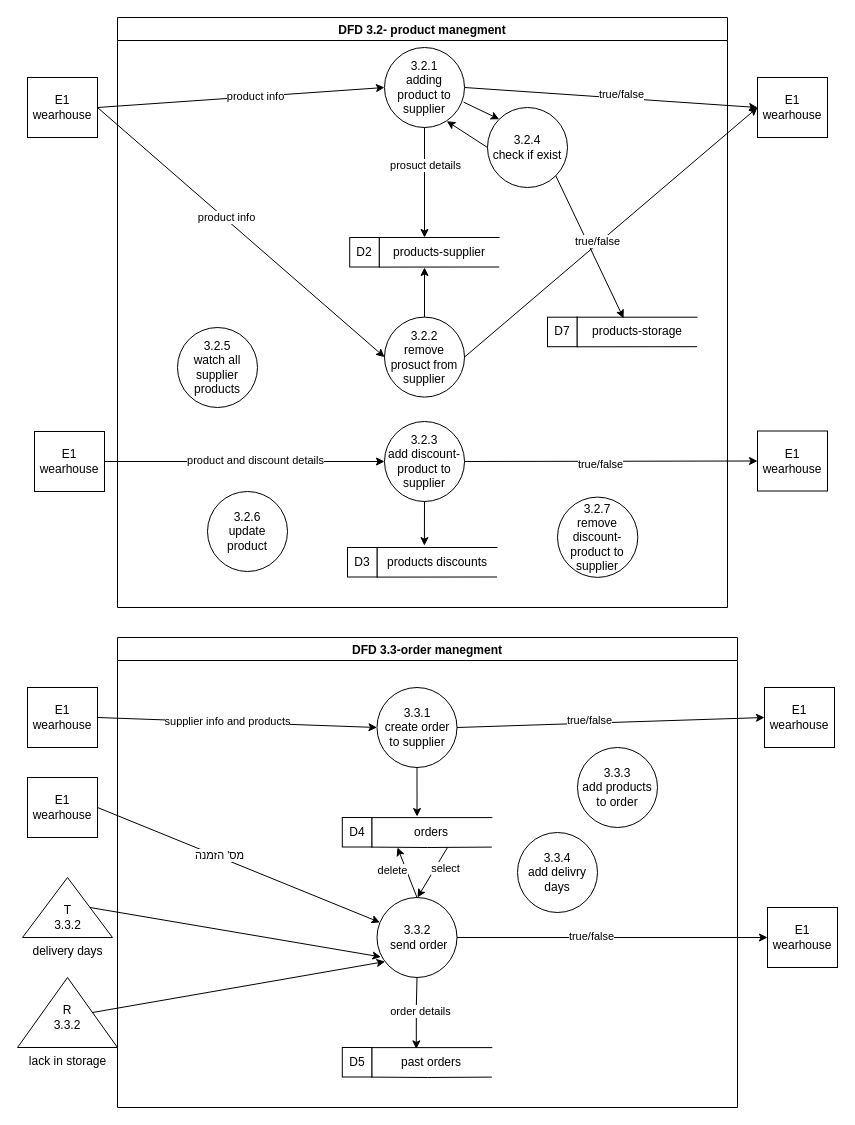
Earlier version of the draw.io diagram page "dfd3.2" (3 of 4) of docs/DFD3_Supplier.drawio (Naveavra/Market). Source tidied: cells renumbered, new cells numbered last; positions are measured from the earlier drawing's top-left corner, leaving out a move shared by most shapes. Both pictures are drawn from the tidied source at 100%, with x=0, y=0 at pixel (17, 17).
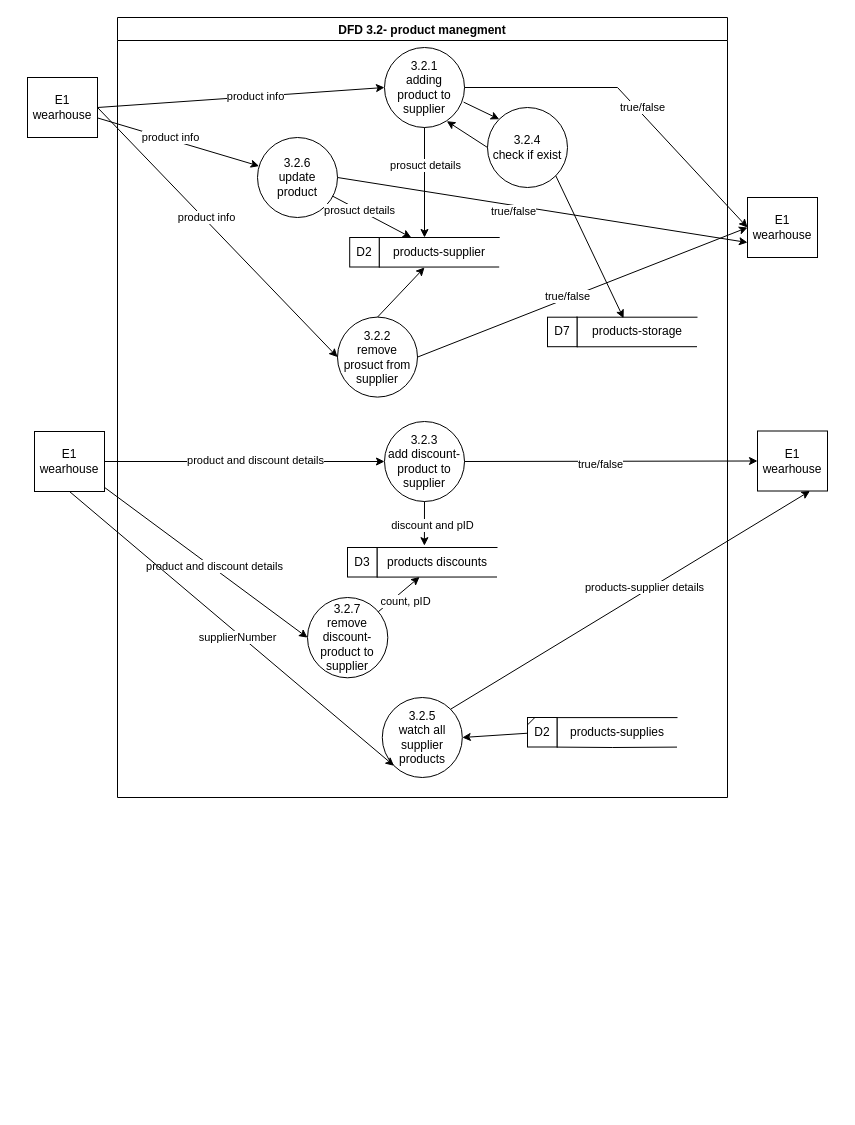
Above is the later version.

Unchanged cells that the change refers to:
```xml
<mxCell id="3" value="3.2.1&lt;br&gt;adding product to supplier" style="ellipse;whiteSpace=wrap;html=1;" parent="2" vertex="1">
  <mxGeometry x="267" y="30" width="80" height="80" as="geometry" />
</mxCell>
<mxCell id="5" value="products-supplier" style="shape=partialRectangle;whiteSpace=wrap;html=1;bottom=0;right=0;fillColor=none;" parent="4" vertex="1">
  <mxGeometry x="29.5" width="120" height="29.5" as="geometry" />
</mxCell>
<mxCell id="14" value="products discounts" style="shape=partialRectangle;whiteSpace=wrap;html=1;bottom=0;right=0;fillColor=none;" parent="13" vertex="1">
  <mxGeometry x="29.5" width="120" height="29.5" as="geometry" />
</mxCell>
<mxCell id="17" style="endArrow=classic;html=1;rounded=0;exitX=0.5;exitY=1;exitDx=0;exitDy=0;entryX=0.395;entryY=-0.063;entryDx=0;entryDy=0;entryPerimeter=0;" parent="2" edge="1" source="12" target="14">
  <mxGeometry relative="1" as="geometry" />
</mxCell>
<mxCell id="29" value="E1&lt;br&gt;wearhouse" style="rounded=0;whiteSpace=wrap;html=1;" parent="1" vertex="1">
  <mxGeometry x="10" y="60" width="70" height="60" as="geometry" />
</mxCell>
<mxCell id="39" value="E1&lt;br&gt;wearhouse" style="rounded=0;whiteSpace=wrap;html=1;" parent="1" vertex="1">
  <mxGeometry x="17" y="414" width="70" height="60" as="geometry" />
</mxCell>
<mxCell id="44" value="E1&lt;br&gt;wearhouse" style="rounded=0;whiteSpace=wrap;html=1;" parent="1" vertex="1">
  <mxGeometry x="740" y="413.5" width="70" height="60" as="geometry" />
</mxCell>
```

Diff of the diagram source:
```diff
@@
     <mxCell id="2" value="DFD 3.2- product manegment" style="swimlane;" parent="1" vertex="1">
-      <mxGeometry x="100" width="610" height="590" as="geometry" />
+      <mxGeometry x="100" width="610" height="780" as="geometry" />
     </mxCell>
@@
     <mxCell id="10" value="3.2.2&lt;br&gt;remove prosuct from supplier" style="ellipse;whiteSpace=wrap;html=1;" parent="2" vertex="1">
-      <mxGeometry x="267" y="299.6" width="80" height="80" as="geometry" />
+      <mxGeometry x="220" y="299.6" width="80" height="80" as="geometry" />
     </mxCell>
@@
+    <mxCell id="83" value="discount and pID" style="edgeLabel;html=1;align=center;verticalAlign=middle;" parent="17" vertex="1">
+      <mxGeometry x="0.02" y="8" relative="1" as="geometry" />
+    </mxCell>
@@
     <mxCell id="26" value="3.2.5&lt;br&gt;watch all supplier products" style="ellipse;whiteSpace=wrap;html=1;" parent="2" vertex="1">
-      <mxGeometry x="60" y="310" width="80" height="80" as="geometry" />
+      <mxGeometry x="264.8" y="680" width="80" height="80" as="geometry" />
     </mxCell>
     <mxCell id="27" value="3.2.6&lt;br&gt;update product" style="ellipse;whiteSpace=wrap;html=1;" parent="2" vertex="1">
-      <mxGeometry x="90" y="474" width="80" height="80" as="geometry" />
+      <mxGeometry x="140" y="120" width="80" height="80" as="geometry" />
     </mxCell>
     <mxCell id="28" value="&lt;span style=&quot;&quot;&gt;3.2.7&lt;/span&gt;&lt;br style=&quot;&quot;&gt;&lt;span style=&quot;&quot;&gt;remove discount-product to supplier&lt;/span&gt;" style="ellipse;whiteSpace=wrap;html=1;" parent="2" vertex="1">
-      <mxGeometry x="440" y="479.6" width="80.3" height="80.3" as="geometry" />
+      <mxGeometry x="190" y="580" width="80.3" height="80.3" as="geometry" />
     </mxCell>
+    <mxCell id="84" style="endArrow=classic;html=1;rounded=0;" parent="2" edge="1" source="28" target="14">
+      <mxGeometry relative="1" as="geometry" />
+    </mxCell>
+    <mxCell id="85" value="count, pID" style="edgeLabel;html=1;align=center;verticalAlign=middle;" parent="84" vertex="1">
+      <mxGeometry y="-9" relative="1" as="geometry" />
+    </mxCell>
+    <mxCell id="86" style="endArrow=classic;html=1;rounded=0;" parent="2" edge="1" source="27" target="5">
+      <mxGeometry relative="1" as="geometry" />
+    </mxCell>
+    <mxCell id="87" value="prosuct details" style="edgeLabel;html=1;align=center;verticalAlign=middle;" parent="86" vertex="1">
+      <mxGeometry x="-0.32" relative="1" as="geometry" />
+    </mxCell>
+    <mxCell id="88" style="group;" parent="2" vertex="1">
+      <mxGeometry x="410" y="700" width="149.5" height="29.6" as="geometry" />
+    </mxCell>
+    <mxCell id="89" value="products-supplies" style="shape=partialRectangle;whiteSpace=wrap;html=1;bottom=0;right=0;fillColor=none;" parent="88" vertex="1">
+      <mxGeometry x="29.5" y="0.1" width="120" height="29.5" as="geometry" />
+    </mxCell>
+    <mxCell id="90" style="endArrow=none;html=1;rounded=0;entryX=1;entryY=1;entryDx=0;entryDy=0;" parent="88" edge="1" target="89">
+      <mxGeometry relative="1" as="geometry">
+        <mxPoint x="29.5" y="29.6" as="sourcePoint" />
+        <Array as="points">
+          <mxPoint x="85.2" y="30" />
+        </Array>
+      </mxGeometry>
+    </mxCell>
+    <mxCell id="91" value="D2" style="whiteSpace=wrap;html=1;" parent="88" vertex="1">
+      <mxGeometry width="29.5" height="29.5" as="geometry" />
+    </mxCell>
+    <mxCell id="92" style="endArrow=none;html=1;rounded=0;exitX=0;exitY=0.25;exitDx=0;exitDy=0;entryX=0.25;entryY=0;entryDx=0;entryDy=0;" parent="88" edge="1" source="91" target="91">
+      <mxGeometry relative="1" as="geometry" />
+    </mxCell>
+    <mxCell id="93" style="endArrow=classic;html=1;rounded=0;entryX=1;entryY=0.5;entryDx=0;entryDy=0;" parent="2" edge="1" source="91" target="26">
+      <mxGeometry relative="1" as="geometry" />
+    </mxCell>
@@
     <mxCell id="30" value="E1&lt;br&gt;wearhouse" style="rounded=0;whiteSpace=wrap;html=1;" parent="1" vertex="1">
-      <mxGeometry x="740" y="60" width="70" height="60" as="geometry" />
+      <mxGeometry x="730" y="180" width="70" height="60" as="geometry" />
     </mxCell>
@@
     <mxCell id="33" style="endArrow=classic;html=1;rounded=0;exitX=1;exitY=0.5;exitDx=0;exitDy=0;entryX=0;entryY=0.5;entryDx=0;entryDy=0;" parent="1" edge="1" source="3" target="30">
-      <mxGeometry relative="1" as="geometry" />
+      <mxGeometry relative="1" as="geometry">
+        <Array as="points">
+          <mxPoint x="600" y="70" />
+        </Array>
+      </mxGeometry>
     </mxCell>
@@
-    <mxCell id="45" value="DFD 3.3-order manegment" style="swimlane;" parent="1" vertex="1">
-      <mxGeometry x="100" y="620" width="620" height="470" as="geometry" />
-    </mxCell>
-    <mxCell id="46" value="3.3.1&lt;br&gt;create order to supplier" style="ellipse;whiteSpace=wrap;html=1;" parent="45" vertex="1">
-      <mxGeometry x="259.5" y="50" width="80" height="80" as="geometry" />
-    </mxCell>
-    <mxCell id="47" style="endArrow=classic;html=1;rounded=0;exitX=0.5;exitY=1;exitDx=0;exitDy=0;entryX=0.377;entryY=-0.037;entryDx=0;entryDy=0;entryPerimeter=0;" parent="45" edge="1" source="46" target="49">
-      <mxGeometry relative="1" as="geometry" />
-    </mxCell>
-    <mxCell id="48" style="group;" parent="45" vertex="1">
-      <mxGeometry x="224.8" y="180" width="149.5" height="29.6" as="geometry" />
-    </mxCell>
-    <mxCell id="49" value="orders" style="shape=partialRectangle;whiteSpace=wrap;html=1;bottom=0;right=0;fillColor=none;" parent="48" vertex="1">
-      <mxGeometry x="29.5" y="0.1" width="120" height="29.5" as="geometry" />
-    </mxCell>
-    <mxCell id="50" style="endArrow=none;html=1;rounded=0;entryX=1;entryY=1;entryDx=0;entryDy=0;" parent="48" edge="1" target="49">
-      <mxGeometry relative="1" as="geometry">
-        <mxPoint x="29.5" y="29.6" as="sourcePoint" />
-        <Array as="points">
-          <mxPoint x="85.2" y="30" />
-        </Array>
-      </mxGeometry>
-    </mxCell>
-    <mxCell id="51" value="D4" style="whiteSpace=wrap;html=1;" parent="48" vertex="1">
-      <mxGeometry width="29.5" height="29.5" as="geometry" />
-    </mxCell>
-    <mxCell id="52" style="edgeStyle=orthogonalEdgeStyle;rounded=0;jettySize=auto;html=1;entryX=0.371;entryY=0.044;entryDx=0;entryDy=0;entryPerimeter=0;" parent="45" edge="1" source="54" target="58">
-      <mxGeometry relative="1" as="geometry">
-        <Array as="points">
-          <mxPoint x="300" y="370" />
-        </Array>
-      </mxGeometry>
-    </mxCell>
-    <mxCell id="53" value="order details" style="edgeLabel;html=1;align=center;verticalAlign=middle;" parent="52" vertex="1">
-      <mxGeometry x="-0.05" y="4" relative="1" as="geometry" />
-    </mxCell>
-    <mxCell id="54" value="3.3.2&lt;br&gt;&amp;nbsp;send order" style="ellipse;whiteSpace=wrap;html=1;" parent="45" vertex="1">
-      <mxGeometry x="259.5" y="260" width="80" height="80" as="geometry" />
-    </mxCell>
-    <mxCell id="55" value="3.3.3&lt;br&gt;add products to order" style="ellipse;whiteSpace=wrap;html=1;" parent="45" vertex="1">
-      <mxGeometry x="460" y="110" width="80" height="80" as="geometry" />
-    </mxCell>
-    <mxCell id="56" value="3.3.4&lt;br&gt;add delivry days" style="ellipse;whiteSpace=wrap;html=1;" parent="45" vertex="1">
-      <mxGeometry x="400" y="195" width="80" height="80" as="geometry" />
-    </mxCell>
-    <mxCell id="57" style="group;" parent="45" vertex="1">
-      <mxGeometry x="224.8" y="410" width="149.5" height="29.6" as="geometry" />
-    </mxCell>
-    <mxCell id="58" value="past orders" style="shape=partialRectangle;whiteSpace=wrap;html=1;bottom=0;right=0;fillColor=none;" parent="57" vertex="1">
-      <mxGeometry x="29.5" y="0.1" width="120" height="29.5" as="geometry" />
-    </mxCell>
-    <mxCell id="59" style="endArrow=none;html=1;rounded=0;entryX=1;entryY=1;entryDx=0;entryDy=0;" parent="57" edge="1" target="58">
-      <mxGeometry relative="1" as="geometry">
-        <mxPoint x="29.5" y="29.6" as="sourcePoint" />
-        <Array as="points">
-          <mxPoint x="85.2" y="30" />
-        </Array>
-      </mxGeometry>
-    </mxCell>
-    <mxCell id="60" value="D5" style="whiteSpace=wrap;html=1;" parent="57" vertex="1">
-      <mxGeometry width="29.5" height="29.5" as="geometry" />
-    </mxCell>
-    <mxCell id="61" value="E1&lt;br&gt;wearhouse" style="rounded=0;whiteSpace=wrap;html=1;" parent="1" vertex="1">
-      <mxGeometry x="10" y="670" width="70" height="60" as="geometry" />
-    </mxCell>
-    <mxCell id="62" value="E1&lt;br&gt;wearhouse" style="rounded=0;whiteSpace=wrap;html=1;" parent="1" vertex="1">
-      <mxGeometry x="747" y="670" width="70" height="60" as="geometry" />
-    </mxCell>
-    <mxCell id="63" style="endArrow=classic;html=1;rounded=0;exitX=1;exitY=0.5;exitDx=0;exitDy=0;entryX=0;entryY=0.5;entryDx=0;entryDy=0;" parent="1" edge="1" source="61" target="46">
-      <mxGeometry relative="1" as="geometry" />
-    </mxCell>
-    <mxCell id="64" value="supplier info and products" style="edgeLabel;html=1;align=center;verticalAlign=middle;" parent="63" vertex="1">
-      <mxGeometry x="-0.07" y="1" relative="1" as="geometry" />
-    </mxCell>
-    <mxCell id="65" style="endArrow=classic;html=1;rounded=0;entryX=0;entryY=0.5;entryDx=0;entryDy=0;exitX=1;exitY=0.5;exitDx=0;exitDy=0;" parent="1" edge="1" source="46" target="62">
-      <mxGeometry relative="1" as="geometry" />
-    </mxCell>
-    <mxCell id="66" value="true/false" style="edgeLabel;html=1;align=center;verticalAlign=middle;" parent="65" vertex="1">
-      <mxGeometry x="-0.14" y="3" relative="1" as="geometry" />
-    </mxCell>
-    <mxCell id="67" value="E1&lt;br&gt;wearhouse" style="rounded=0;whiteSpace=wrap;html=1;" parent="1" vertex="1">
-      <mxGeometry x="10" y="760" width="70" height="60" as="geometry" />
-    </mxCell>
-    <mxCell id="68" style="endArrow=classic;html=1;rounded=0;exitX=1;exitY=0.5;exitDx=0;exitDy=0;" parent="1" edge="1" source="67" target="54">
-      <mxGeometry relative="1" as="geometry" />
-    </mxCell>
-    <mxCell id="69" value="מס' הזמנה" style="edgeLabel;html=1;align=center;verticalAlign=middle;" parent="68" vertex="1">
-      <mxGeometry x="-0.15" y="2" relative="1" as="geometry" />
-    </mxCell>
-    <mxCell id="70" style="endArrow=classic;html=1;rounded=0;entryX=0;entryY=0.5;entryDx=0;entryDy=0;exitX=1;exitY=0.5;exitDx=0;exitDy=0;" parent="1" edge="1" source="54" target="72">
-      <mxGeometry relative="1" as="geometry" />
-    </mxCell>
-    <mxCell id="71" value="true/false" style="edgeLabel;html=1;align=center;verticalAlign=middle;" parent="70" vertex="1">
-      <mxGeometry x="-0.14" y="2" relative="1" as="geometry" />
-    </mxCell>
-    <mxCell id="72" value="E1&lt;br&gt;wearhouse" style="rounded=0;whiteSpace=wrap;html=1;" parent="1" vertex="1">
-      <mxGeometry x="750" y="890" width="70" height="60" as="geometry" />
-    </mxCell>
-    <mxCell id="73" style="endArrow=classic;html=1;rounded=0;exitX=0.5;exitY=0;exitDx=0;exitDy=0;" parent="1" edge="1" source="54">
-      <mxGeometry relative="1" as="geometry">
-        <mxPoint x="380" y="830" as="targetPoint" />
-      </mxGeometry>
-    </mxCell>
-    <mxCell id="74" value="delete" style="edgeLabel;html=1;align=center;verticalAlign=middle;" parent="73" vertex="1">
-      <mxGeometry x="0.13" relative="1" as="geometry">
-        <mxPoint x="-14" as="offset" />
-      </mxGeometry>
-    </mxCell>
-    <mxCell id="75" style="endArrow=classic;html=1;rounded=0;" parent="1" edge="1">
-      <mxGeometry relative="1" as="geometry">
-        <mxPoint x="430" y="830" as="sourcePoint" />
-        <mxPoint x="400" y="880" as="targetPoint" />
-      </mxGeometry>
-    </mxCell>
-    <mxCell id="76" value="select" style="edgeLabel;html=1;align=center;verticalAlign=middle;" parent="75" vertex="1">
-      <mxGeometry x="-0.16" relative="1" as="geometry">
-        <mxPoint x="10" as="offset" />
-      </mxGeometry>
-    </mxCell>
-    <mxCell id="77" value="delivery days" style="verticalLabelPosition=bottom;verticalAlign=top;html=1;shape=mxgraph.basic.acute_triangle;dx=0.5;" parent="1" vertex="1">
-      <mxGeometry x="5" y="860" width="90" height="60" as="geometry" />
-    </mxCell>
-    <mxCell id="78" value="T&lt;br&gt;3.3.2" style="text;html=1;strokeColor=none;fillColor=none;align=center;verticalAlign=middle;whiteSpace=wrap;rounded=0;" parent="1" vertex="1">
-      <mxGeometry x="33.5" y="890" width="33" height="20" as="geometry" />
-    </mxCell>
-    <mxCell id="79" style="endArrow=classic;html=1;rounded=0;exitX=0;exitY=0;exitDx=67.5;exitDy=30;exitPerimeter=0;entryX=0.049;entryY=0.743;entryDx=0;entryDy=0;entryPerimeter=0;" parent="1" edge="1" source="77" target="54">
-      <mxGeometry relative="1" as="geometry" />
-    </mxCell>
-    <mxCell id="80" style="endArrow=classic;html=1;rounded=0;exitX=0;exitY=0;exitDx=75;exitDy=35;entryX=0.101;entryY=0.801;entryDx=0;entryDy=0;entryPerimeter=0;exitPerimeter=0;" parent="1" edge="1" source="81" target="54">
-      <mxGeometry relative="1" as="geometry" />
-    </mxCell>
-    <mxCell id="81" value="&lt;span style=&quot;&quot;&gt;lack in storage&lt;/span&gt;" style="verticalLabelPosition=bottom;verticalAlign=top;html=1;shape=mxgraph.basic.acute_triangle;dx=0.5;" parent="1" vertex="1">
-      <mxGeometry y="960" width="100" height="70" as="geometry" />
-    </mxCell>
-    <mxCell id="82" value="R&lt;br&gt;3.3.2" style="text;html=1;strokeColor=none;fillColor=none;align=center;verticalAlign=middle;whiteSpace=wrap;rounded=0;" parent="1" vertex="1">
-      <mxGeometry x="31" y="990" width="38" height="20" as="geometry" />
-    </mxCell>
+    <mxCell id="94" style="endArrow=classic;html=1;rounded=0;entryX=0;entryY=0.5;entryDx=0;entryDy=0;" parent="1" edge="1" source="39" target="28">
+      <mxGeometry relative="1" as="geometry" />
+    </mxCell>
+    <mxCell id="95" value="product and discount details" style="edgeLabel;html=1;align=center;verticalAlign=middle;" parent="94" vertex="1">
+      <mxGeometry x="0.07" y="2" relative="1" as="geometry" />
+    </mxCell>
+    <mxCell id="96" style="endArrow=classic;html=1;rounded=0;" parent="1" edge="1" source="29" target="27">
+      <mxGeometry relative="1" as="geometry" />
+    </mxCell>
+    <mxCell id="97" value="product info" style="edgeLabel;html=1;align=center;verticalAlign=middle;" parent="96" vertex="1">
+      <mxGeometry x="-0.11" y="2" relative="1" as="geometry" />
+    </mxCell>
+    <mxCell id="98" style="endArrow=classic;html=1;rounded=0;exitX=1;exitY=0.5;exitDx=0;exitDy=0;entryX=0;entryY=0.75;entryDx=0;entryDy=0;" parent="1" edge="1" source="27" target="30">
+      <mxGeometry relative="1" as="geometry" />
+    </mxCell>
+    <mxCell id="99" value="true/false" style="edgeLabel;html=1;align=center;verticalAlign=middle;" parent="98" vertex="1">
+      <mxGeometry x="-0.14" y="-6" relative="1" as="geometry" />
+    </mxCell>
+    <mxCell id="100" style="endArrow=classic;html=1;rounded=0;exitX=0.5;exitY=1;exitDx=0;exitDy=0;entryX=0;entryY=1;entryDx=0;entryDy=0;" parent="1" edge="1" source="39" target="26">
+      <mxGeometry relative="1" as="geometry" />
+    </mxCell>
+    <mxCell id="101" value="supplierNumber" style="edgeLabel;html=1;align=center;verticalAlign=middle;" parent="100" vertex="1">
+      <mxGeometry x="0.04" y="-4" relative="1" as="geometry">
+        <mxPoint x="1" as="offset" />
+      </mxGeometry>
+    </mxCell>
+    <mxCell id="102" style="endArrow=classic;html=1;rounded=0;exitX=1;exitY=0;exitDx=0;exitDy=0;entryX=0.75;entryY=1;entryDx=0;entryDy=0;" parent="1" edge="1" source="26" target="44">
+      <mxGeometry relative="1" as="geometry" />
+    </mxCell>
+    <mxCell id="103" value="products-supplier details" style="edgeLabel;html=1;align=center;verticalAlign=middle;" parent="102" vertex="1">
+      <mxGeometry x="0.09" y="5" relative="1" as="geometry">
+        <mxPoint y="1" as="offset" />
+      </mxGeometry>
+    </mxCell>
```
